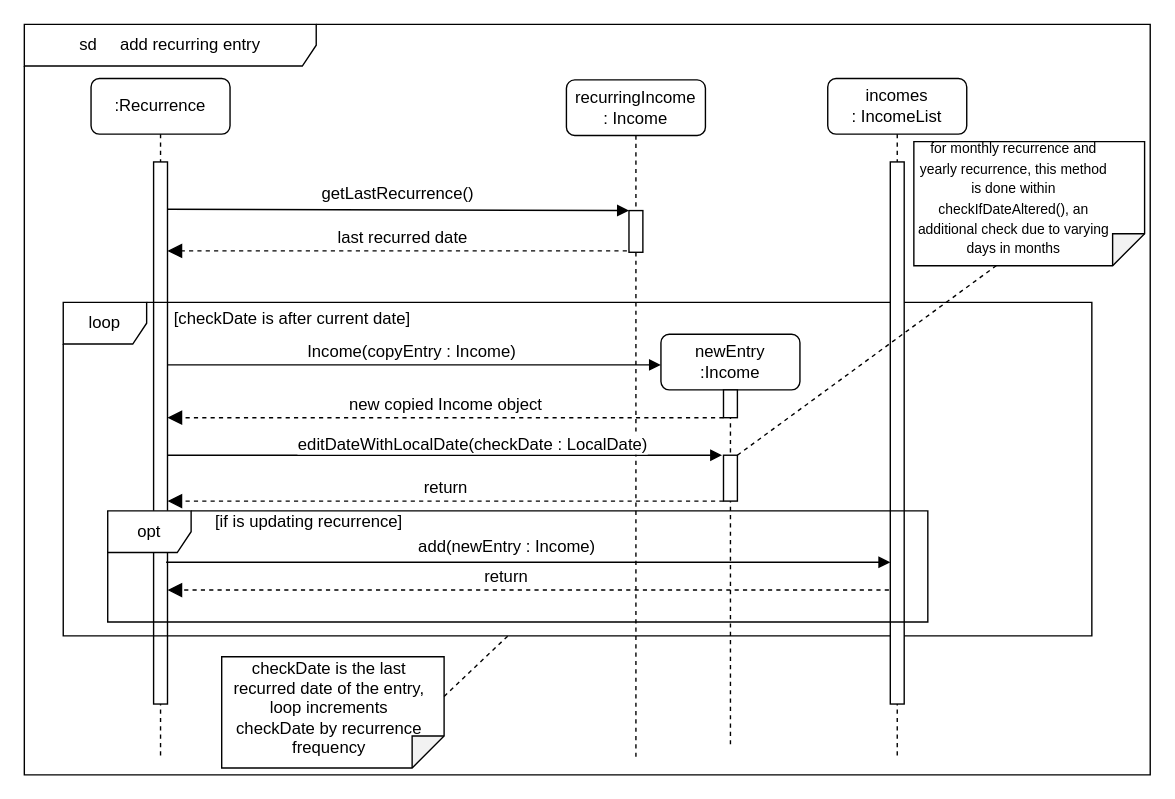
Earlier version of the draw.io diagram docs/Diagrams/Recurrence/addRecurrenceEntrySD.drawio (wongwh2002/CS2113TeamProject). Source tidied: cells renumbered, new cells numbered last; positions are measured from the earlier drawing's top-left corner, leaving out a move shared by most shapes. Both pictures are drawn from the tidied source at 139%, with x=0, y=0 at pixel (24, 24).
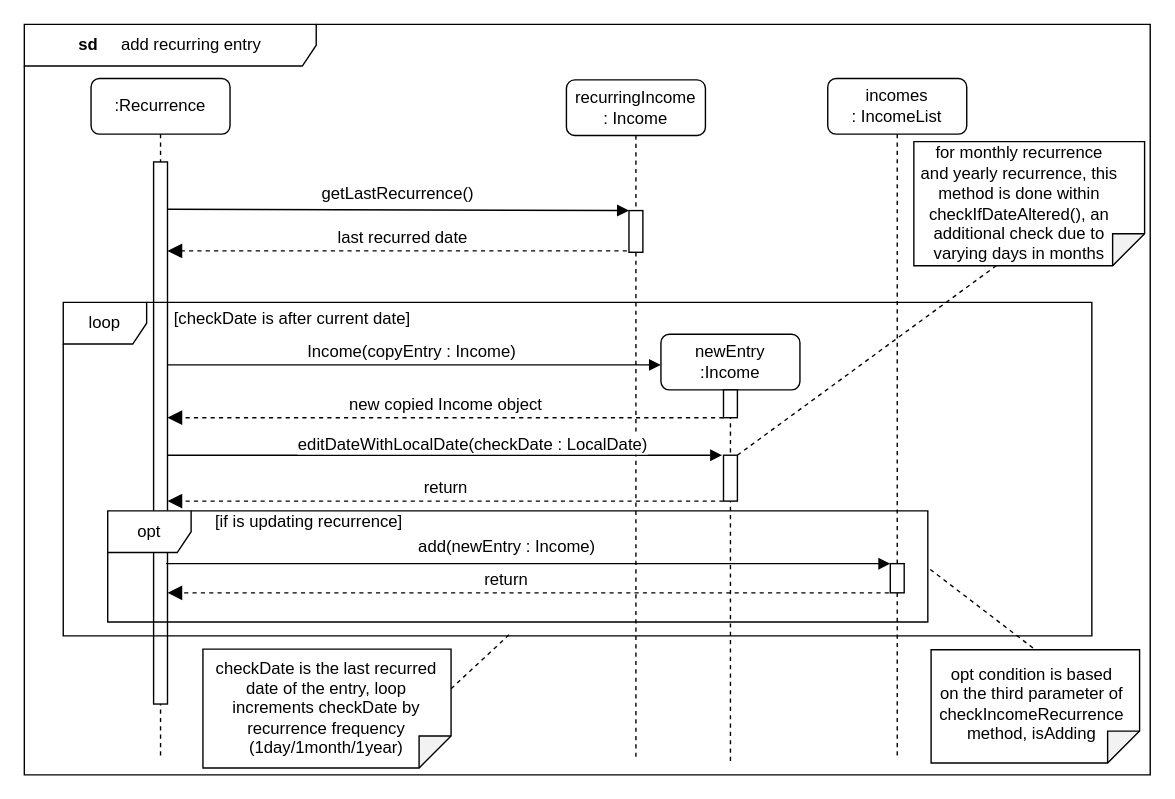
After the change.

The change refers to these unchanged cells:
```xml
<mxCell id="14" value="incomes&lt;div&gt;: IncomeList&lt;/div&gt;" style="shape=umlLifeline;rounded=1;perimeter=lifelinePerimeter;whiteSpace=wrap;html=1;newEdgeStyle={&quot;edgeStyle&quot;:&quot;elbowEdgeStyle&quot;,&quot;elbow&quot;:&quot;vertical&quot;,&quot;curved&quot;:0,&quot;rounded&quot;:0};" parent="1" vertex="1">
  <mxGeometry x="578" y="39" width="100" height="490" as="geometry" />
</mxCell>
<mxCell id="33" value="opt" style="shape=umlFrame;whiteSpace=wrap;html=1;" parent="1" vertex="1">
  <mxGeometry x="60" y="350" width="590" height="80" as="geometry" />
</mxCell>
```

What changed in the source:
```diff
@@
     <mxCell id="6" style="shape=note;whiteSpace=wrap;html=1;backgroundOutline=1;darkOpacity=0.05;rotation=90;size=23;" parent="1" vertex="1">
-      <mxGeometry x="182" y="415" width="80" height="160" as="geometry" />
+      <mxGeometry x="175" y="403" width="85.5" height="178.5" as="geometry" />
     </mxCell>
-    <mxCell id="7" value="checkDate is the last recurred date of the entry, loop increments checkDate by recurrence frequency" style="text;html=1;align=center;verticalAlign=middle;whiteSpace=wrap;rounded=0;" parent="1" vertex="1">
-      <mxGeometry x="147" y="476" width="144.7" height="31" as="geometry" />
+    <mxCell id="7" value="checkDate is the last recurred date of the entry, loop increments checkDate by recurrence frequency (1day/1month/1year)" style="text;html=1;align=center;verticalAlign=middle;whiteSpace=wrap;rounded=0;" parent="1" vertex="1">
+      <mxGeometry x="136.2" y="476.8" width="163" height="31" as="geometry" />
     </mxCell>
@@
     <mxCell id="9" value="newEntry&lt;br&gt;:Income" style="shape=umlLifeline;rounded=1;perimeter=lifelinePerimeter;whiteSpace=wrap;html=1;newEdgeStyle={&quot;edgeStyle&quot;:&quot;elbowEdgeStyle&quot;,&quot;elbow&quot;:&quot;vertical&quot;,&quot;curved&quot;:0,&quot;rounded&quot;:0};" parent="1" vertex="1">
-      <mxGeometry x="458" y="223" width="100" height="298" as="geometry" />
+      <mxGeometry x="458" y="223" width="100" height="307" as="geometry" />
     </mxCell>
@@
     <mxCell id="15" style="html=1;perimeter=orthogonalPerimeter;targetShapes=umlLifeline;newEdgeStyle={&quot;edgeStyle&quot;:&quot;elbowEdgeStyle&quot;,&quot;elbow&quot;:&quot;vertical&quot;,&quot;curved&quot;:0,&quot;rounded&quot;:0};" parent="14" vertex="1">
-      <mxGeometry x="45" y="60" width="10" height="390" as="geometry" />
+      <mxGeometry x="45" y="349" width="10" height="21" as="geometry" />
     </mxCell>
     <mxCell id="16" style="endArrow=block;html=1;rounded=0;endFill=1;" parent="1" edge="1">
       <mxGeometry relative="1" as="geometry">
-        <mxPoint x="102" y="387" as="sourcePoint" />
-        <mxPoint x="623" y="387" as="targetPoint" />
+        <mxPoint x="102" y="388" as="sourcePoint" />
+        <mxPoint x="623" y="388" as="targetPoint" />
       </mxGeometry>
     </mxCell>
@@
     <mxCell id="18" style="html=1;verticalAlign=bottom;endArrow=block;dashed=1;endSize=8;edgeStyle=elbowEdgeStyle;elbow=vertical;curved=0;rounded=0;endFill=1;" parent="1" edge="1">
       <mxGeometry relative="1" as="geometry">
-        <mxPoint x="622" y="407" as="sourcePoint" />
-        <mxPoint x="103" y="407" as="targetPoint" />
+        <mxPoint x="622" y="409" as="sourcePoint" />
+        <mxPoint x="103" y="409" as="targetPoint" />
         <Array as="points">
-          <mxPoint x="353" y="407" />
+          <mxPoint x="353" y="409" />
         </Array>
       </mxGeometry>
     </mxCell>
     <mxCell id="19" value="return" style="text;html=1;align=center;verticalAlign=middle;whiteSpace=wrap;rounded=0;" parent="1" vertex="1">
-      <mxGeometry x="317" y="383" width="60" height="30" as="geometry" />
+      <mxGeometry x="317" y="385" width="60" height="30" as="geometry" />
     </mxCell>
-    <mxCell id="20" value="sd&amp;nbsp; &amp;nbsp; &amp;nbsp;add recurring entry" style="shape=umlFrame;whiteSpace=wrap;html=1;width=210;height=30;" parent="1" vertex="1">
+    <mxCell id="20" value="&lt;b&gt;sd&lt;/b&gt;&amp;nbsp; &amp;nbsp; &amp;nbsp;add recurring entry" style="shape=umlFrame;whiteSpace=wrap;html=1;width=210;height=30;" parent="1" vertex="1">
       <mxGeometry width="810" height="540" as="geometry" />
     </mxCell>
@@
-    <mxCell id="31" value="&lt;font style=&quot;font-size: 10px;&quot;&gt;for monthly recurrence and yearly recurrence, this method is done within checkIfDateAltered(), an additional check due to varying days in months&lt;/font&gt;" style="text;html=1;align=center;verticalAlign=middle;whiteSpace=wrap;rounded=0;" parent="1" vertex="1">
-      <mxGeometry x="640" y="109.3" width="144.3" height="31" as="geometry" />
+    <mxCell id="31" value="&lt;font style=&quot;font-size: 12px;&quot;&gt;for monthly recurrence and yearly recurrence, this method is done within checkIfDateAltered(), an additional check due to varying days in months&lt;/font&gt;" style="text;html=1;align=center;verticalAlign=middle;whiteSpace=wrap;rounded=0;" parent="1" vertex="1">
+      <mxGeometry x="644" y="113.5" width="144.3" height="31" as="geometry" />
     </mxCell>
@@
+    <mxCell id="35" style="shape=note;whiteSpace=wrap;html=1;backgroundOutline=1;darkOpacity=0.05;rotation=90;size=23;" parent="1" vertex="1">
+      <mxGeometry x="686.6" y="415.7" width="81.5" height="150" as="geometry" />
+    </mxCell>
+    <mxCell id="36" value="opt condition is based on the third parameter of checkIncomeRecurrence method, isAdding" style="text;html=1;align=center;verticalAlign=middle;whiteSpace=wrap;rounded=0;" parent="1" vertex="1">
+      <mxGeometry x="669.7" y="474.2" width="110" height="30" as="geometry" />
+    </mxCell>
+    <mxCell id="37" style="endArrow=none;dashed=1;html=1;rounded=0;exitX=1.003;exitY=0.527;exitDx=0;exitDy=0;exitPerimeter=0;entryX=0;entryY=0.5;entryDx=0;entryDy=0;entryPerimeter=0;" parent="1" edge="1" source="33" target="35">
+      <mxGeometry relative="1" as="geometry" />
+    </mxCell>
```
